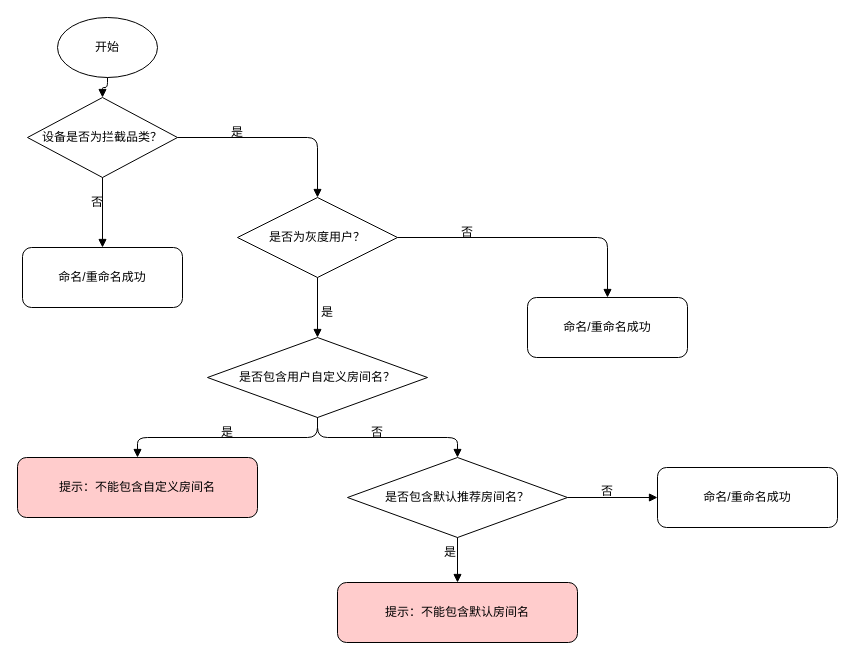
The draw.io diagram yukong.drawio in WljclW/coolweather, before the edit. Source tidied: cells renumbered, new cells numbered last; positions are measured from the earlier drawing's top-left corner, leaving out a move shared by most shapes. Both pictures are drawn from the tidied source at 100%, with x=0, y=0 at pixel (17, 17).
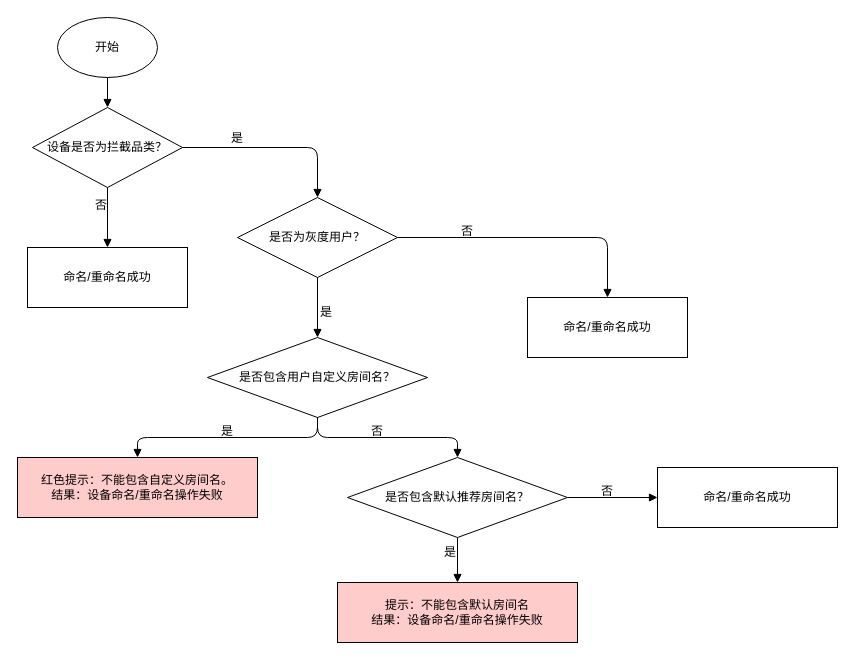
Above is the later version.

Change to the diagram source:
```diff
@@
     <mxCell id="3" value="设备是否为拦截品类？" style="rhombus;whiteSpace=wrap;html=1;" parent="1" vertex="1">
-      <mxGeometry x="10" y="80" width="150" height="80" as="geometry" />
+      <mxGeometry x="15" y="90" width="150" height="80" as="geometry" />
     </mxCell>
-    <mxCell id="4" value="命名/重命名成功" style="rounded=1;whiteSpace=wrap;html=1;" parent="1" vertex="1">
-      <mxGeometry x="5" y="230" width="160" height="60" as="geometry" />
+    <mxCell id="4" value="命名/重命名成功" style="rounded=0;whiteSpace=wrap;html=1;" parent="1" vertex="1">
+      <mxGeometry x="10" y="230" width="160" height="60" as="geometry" />
     </mxCell>
@@
-    <mxCell id="6" value="命名/重命名成功" style="rounded=1;whiteSpace=wrap;html=1;" parent="1" vertex="1">
+    <mxCell id="6" value="命名/重命名成功" style="rounded=0;whiteSpace=wrap;html=1;" parent="1" vertex="1">
       <mxGeometry x="510" y="280" width="160" height="60" as="geometry" />
     </mxCell>
@@
-    <mxCell id="8" value="提示：不能包含自定义房间名" style="rounded=1;fillColor=#FFCCCC;whiteSpace=wrap;html=1;" parent="1" vertex="1">
+    <mxCell id="8" value="红色提示：不能包含自定义房间名。&lt;br&gt;结果：设备命名/重命名操作失败" style="rounded=0;fillColor=#FFCCCC;whiteSpace=wrap;html=1;" parent="1" vertex="1">
       <mxGeometry y="440" width="240" height="60" as="geometry" />
     </mxCell>
@@
-    <mxCell id="10" value="提示：不能包含默认房间名" style="rounded=1;fillColor=#FFCCCC;whiteSpace=wrap;html=1;" parent="1" vertex="1">
+    <mxCell id="10" value="提示：不能包含默认房间名&lt;br&gt;结果：设备命名/重命名操作失败" style="rounded=0;fillColor=#FFCCCC;whiteSpace=wrap;html=1;" parent="1" vertex="1">
       <mxGeometry x="320" y="565" width="240" height="60" as="geometry" />
     </mxCell>
-    <mxCell id="11" value="命名/重命名成功" style="rounded=1;whiteSpace=wrap;html=1;" parent="1" vertex="1">
+    <mxCell id="11" value="命名/重命名成功" style="rounded=0;whiteSpace=wrap;html=1;" parent="1" vertex="1">
       <mxGeometry x="640" y="450" width="180" height="60" as="geometry" />
     </mxCell>
@@
     <mxCell id="21" value="是" style="text;html=1;align=center;verticalAlign=middle;whiteSpace=wrap;rounded=0;" parent="1" vertex="1">
-      <mxGeometry x="190" y="100" width="60" height="30" as="geometry" />
+      <mxGeometry x="190" y="106" width="60" height="30" as="geometry" />
     </mxCell>
     <mxCell id="22" value="是" style="text;html=1;align=center;verticalAlign=middle;whiteSpace=wrap;rounded=0;" parent="1" vertex="1">
-      <mxGeometry x="280" y="280" width="60" height="30" as="geometry" />
+      <mxGeometry x="279" y="280" width="60" height="30" as="geometry" />
     </mxCell>
@@
     <mxCell id="24" value="是" style="text;html=1;align=center;verticalAlign=middle;whiteSpace=wrap;rounded=0;" parent="1" vertex="1">
-      <mxGeometry x="180" y="400" width="60" height="30" as="geometry" />
+      <mxGeometry x="180" y="399" width="60" height="30" as="geometry" />
     </mxCell>
     <mxCell id="25" value="否" style="text;html=1;align=center;verticalAlign=middle;whiteSpace=wrap;rounded=0;" parent="1" vertex="1">
-      <mxGeometry x="50" y="170" width="60" height="30" as="geometry" />
+      <mxGeometry x="54" y="173" width="60" height="30" as="geometry" />
     </mxCell>
     <mxCell id="26" value="否" style="text;html=1;align=center;verticalAlign=middle;whiteSpace=wrap;rounded=0;" parent="1" vertex="1">
-      <mxGeometry x="330" y="400" width="60" height="30" as="geometry" />
+      <mxGeometry x="330" y="399" width="60" height="30" as="geometry" />
     </mxCell>
@@
     <mxCell id="28" value="否" style="text;html=1;align=center;verticalAlign=middle;whiteSpace=wrap;rounded=0;" parent="1" vertex="1">
-      <mxGeometry x="420" y="200" width="60" height="30" as="geometry" />
+      <mxGeometry x="420" y="199" width="60" height="30" as="geometry" />
     </mxCell>
```
